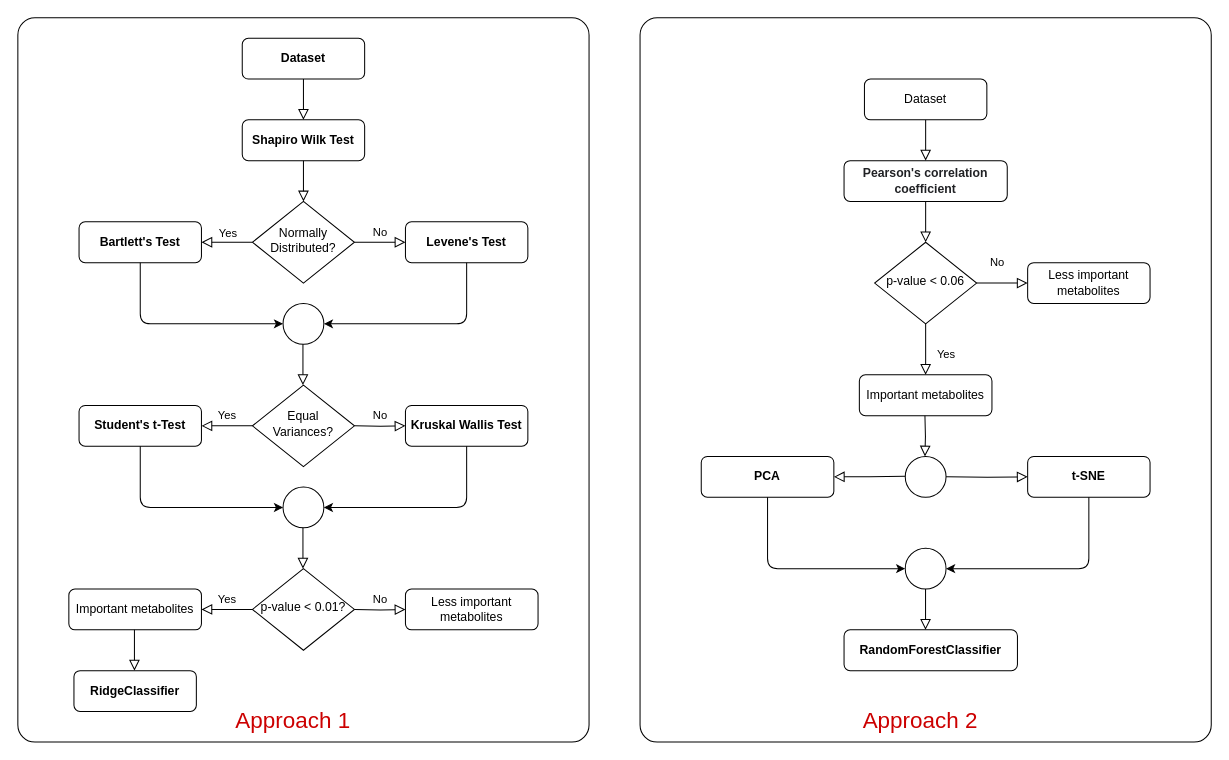
Earlier version of the draw.io diagram final and best approach/Untitled Diagram.drawio (utshabkg/lung_cancer_biomarker). Source tidied: cells renumbered, new cells numbered last; positions are measured from the earlier drawing's top-left corner, leaving out a move shared by most shapes. Both pictures are drawn from the tidied source at 102%, with x=0, y=0 at pixel (17, 17).
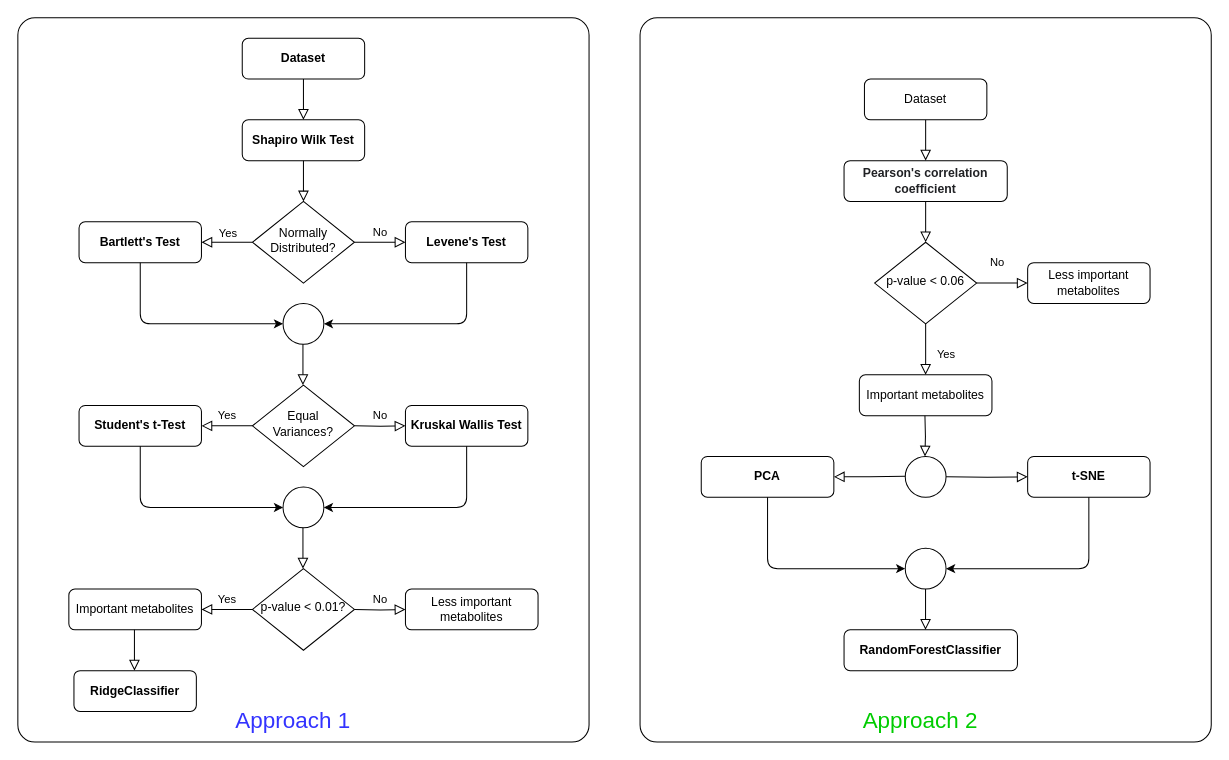
After the change.

The change refers to these unchanged cells:
```xml
<mxCell id="2" style="group;" parent="1" vertex="1">
  <mxGeometry x="610" width="560" height="710" as="geometry" />
</mxCell>
<mxCell id="25" style="group;" parent="1" vertex="1">
  <mxGeometry width="560" height="710" as="geometry" />
</mxCell>
```

What changed in the source:
```diff
@@
-    <mxCell id="24" value="&lt;font style=&quot;font-size: 22px&quot; color=&quot;#cc0000&quot;&gt;Approach 2&lt;/font&gt;" style="text;html=1;strokeColor=none;fillColor=none;align=center;verticalAlign=middle;whiteSpace=wrap;rounded=0;" parent="2" vertex="1">
+    <mxCell id="24" value="&lt;font style=&quot;font-size: 22px&quot; color=&quot;#00cc00&quot;&gt;Approach 2&lt;/font&gt;" style="text;html=1;strokeColor=none;fillColor=none;align=center;verticalAlign=middle;whiteSpace=wrap;rounded=0;" parent="2" vertex="1">
       <mxGeometry x="205" y="680" width="140" height="20" as="geometry" />
     </mxCell>
@@
-    <mxCell id="56" value="&lt;font style=&quot;font-size: 22px&quot; color=&quot;#cc0000&quot;&gt;Approach 1&lt;/font&gt;" style="text;html=1;strokeColor=none;fillColor=none;align=center;verticalAlign=middle;whiteSpace=wrap;rounded=0;" parent="25" vertex="1">
+    <mxCell id="56" value="&lt;font style=&quot;font-size: 22px&quot; color=&quot;#3333ff&quot;&gt;Approach 1&lt;/font&gt;" style="text;html=1;strokeColor=none;fillColor=none;align=center;verticalAlign=middle;whiteSpace=wrap;rounded=0;" parent="25" vertex="1">
       <mxGeometry x="200" y="680" width="140" height="20" as="geometry" />
     </mxCell>
```
